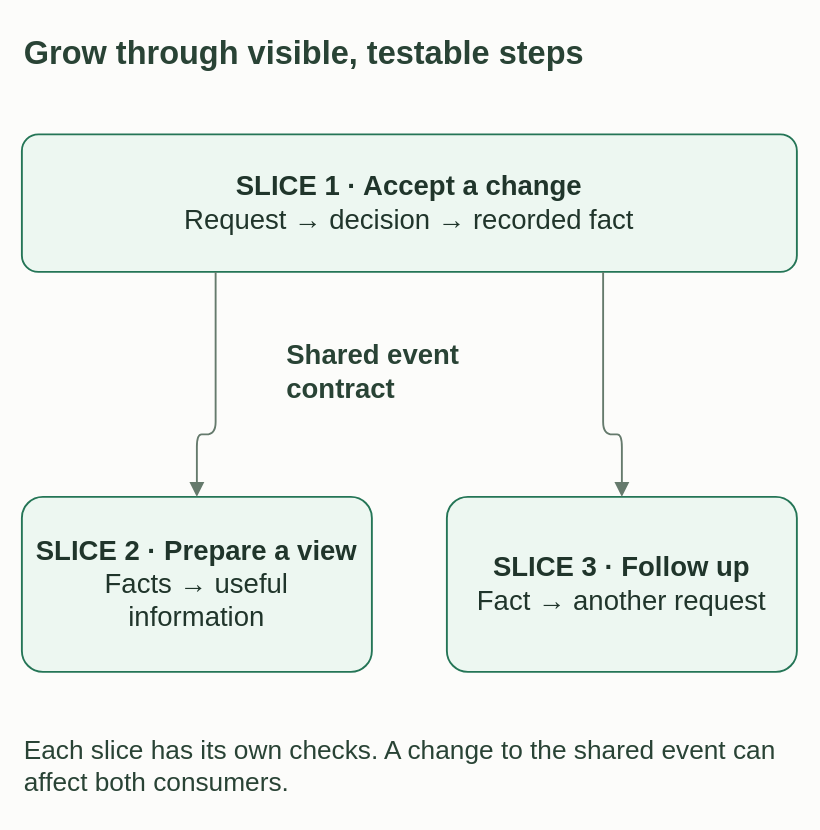
neohaskell/NeoHaskell keeps this draw.io diagram as website/public/diagrams/growing-by-slices.drawio. Above is the earlier version. Source tidied: cells renumbered, new cells numbered last; positions are measured from the earlier drawing's top-left corner, leaving out a move shared by most shapes. Both pictures are drawn from the tidied source at 125%, with x=0, y=0 at pixel (21, 21).
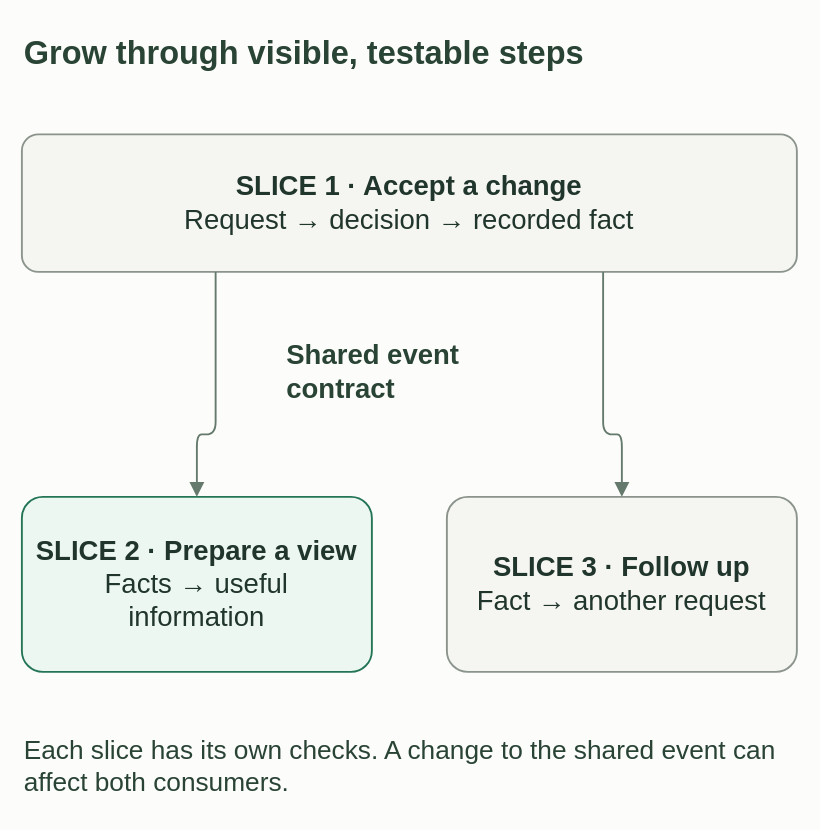
After the change.

The edit, as a diff of the source:
```diff
@@
 <mxGraphModel background="#FCFCFA">
   <root>
     <mxCell id="0" />
     <mxCell id="1" parent="0" />
     <mxCell id="2" value="Grow through visible, testable steps" style="text;html=1;whiteSpace=wrap;align=left;verticalAlign=middle;fontFamily=Helvetica;fontSize=26;fontColor=#294335;fontStyle=1;" parent="1" vertex="1">
       <mxGeometry width="620" height="50" as="geometry" />
     </mxCell>
-    <mxCell id="3" value="&lt;b&gt;SLICE 1 · Accept a change&lt;/b&gt;&lt;br&gt;Request → decision → recorded fact" style="rounded=1;arcSize=12;whiteSpace=wrap;html=1;fontFamily=Helvetica;fontSize=22;fontColor=#20352B;fillColor=#EDF7F1;strokeColor=#247556;strokeWidth=1.5;spacing=12;" parent="1" vertex="1">
+    <mxCell id="3" value="&lt;b&gt;SLICE 1 · Accept a change&lt;/b&gt;&lt;br&gt;Request → decision → recorded fact" style="rounded=1;arcSize=12;whiteSpace=wrap;html=1;fontFamily=Helvetica;fontSize=22;fontColor=#20352B;fillColor=#F5F5F2;strokeColor=#8B948C;strokeWidth=1.5;spacing=12;" parent="1" vertex="1">
       <mxGeometry y="90" width="620" height="110" as="geometry" />
     </mxCell>
     <mxCell id="4" value="Shared event&lt;br&gt;contract" style="text;html=1;whiteSpace=wrap;align=left;verticalAlign=middle;fontFamily=Helvetica;fontSize=22;fontColor=#294335;fontStyle=1;" parent="1" vertex="1">
       <mxGeometry x="210" y="240" width="200" height="80" as="geometry" />
     </mxCell>
     <mxCell id="5" value="&lt;b&gt;SLICE 2 · Prepare a view&lt;/b&gt;&lt;br&gt;Facts → useful information" style="rounded=1;arcSize=12;whiteSpace=wrap;html=1;fontFamily=Helvetica;fontSize=22;fontColor=#20352B;fillColor=#EDF7F1;strokeColor=#247556;strokeWidth=1.5;spacing=12;" parent="1" vertex="1">
       <mxGeometry y="380" width="280" height="140" as="geometry" />
     </mxCell>
-    <mxCell id="6" value="&lt;b&gt;SLICE 3 · Follow up&lt;/b&gt;&lt;br&gt;Fact → another request" style="rounded=1;arcSize=12;whiteSpace=wrap;html=1;fontFamily=Helvetica;fontSize=22;fontColor=#20352B;fillColor=#EDF7F1;strokeColor=#247556;strokeWidth=1.5;spacing=12;" parent="1" vertex="1">
+    <mxCell id="6" value="&lt;b&gt;SLICE 3 · Follow up&lt;/b&gt;&lt;br&gt;Fact → another request" style="rounded=1;arcSize=12;whiteSpace=wrap;html=1;fontFamily=Helvetica;fontSize=22;fontColor=#20352B;fillColor=#F5F5F2;strokeColor=#8B948C;strokeWidth=1.5;spacing=12;" parent="1" vertex="1">
       <mxGeometry x="340" y="380" width="280" height="140" as="geometry" />
     </mxCell>
     <mxCell id="7" style="edgeStyle=orthogonalEdgeStyle;rounded=1;jettySize=auto;html=1;endArrow=block;endSize=8;strokeWidth=1.5;strokeColor=#657A6C;fontFamily=Helvetica;fontSize=19;fontColor=#294335;labelBackgroundColor=#FCFCFA;exitX=0.25;exitY=1;entryX=0.5;entryY=0;" parent="1" edge="1" source="3" target="5">
       <mxGeometry relative="1" as="geometry">
         <Array as="points">
           <mxPoint x="155" y="330" />
           <mxPoint x="140" y="330" />
         </Array>
       </mxGeometry>
     </mxCell>
     <mxCell id="8" style="edgeStyle=orthogonalEdgeStyle;rounded=1;jettySize=auto;html=1;endArrow=block;endSize=8;strokeWidth=1.5;strokeColor=#657A6C;fontFamily=Helvetica;fontSize=19;fontColor=#294335;labelBackgroundColor=#FCFCFA;exitX=0.75;exitY=1;entryX=0.5;entryY=0;" parent="1" edge="1" source="3" target="6">
       <mxGeometry relative="1" as="geometry">
         <Array as="points">
           <mxPoint x="465" y="330" />
           <mxPoint x="480" y="330" />
         </Array>
       </mxGeometry>
     </mxCell>
     <mxCell id="9" value="Each slice has its own checks. A change to the shared event can affect both consumers." style="text;html=1;whiteSpace=wrap;align=left;verticalAlign=middle;fontFamily=Helvetica;fontSize=21;fontColor=#294335;fontStyle=0;" parent="1" vertex="1">
       <mxGeometry y="560" width="620" height="70" as="geometry" />
     </mxCell>
   </root>
 </mxGraphModel>
```
